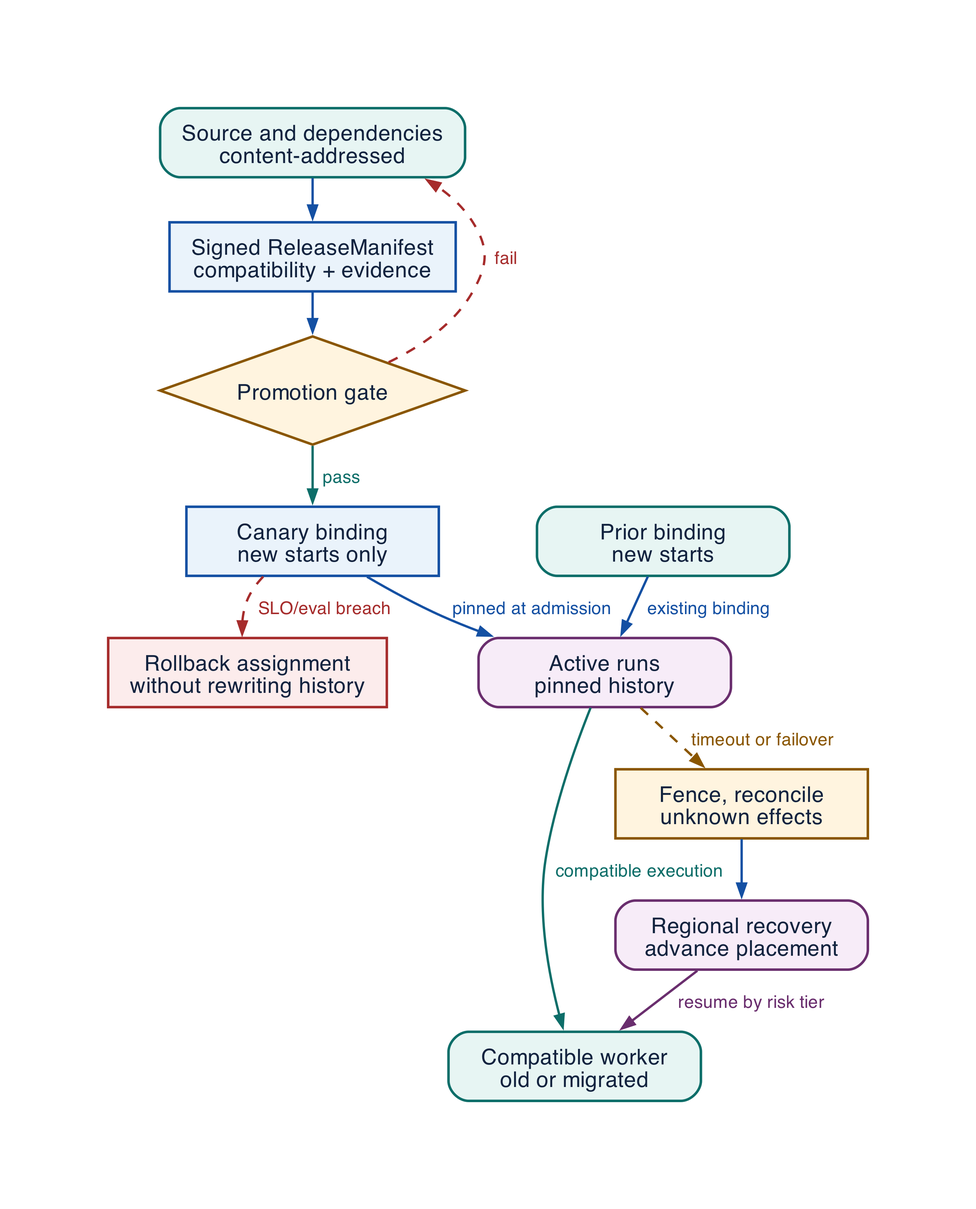
rrahimi-uci/building-enterprise-general-intelligence keeps this Graphviz diagram as assets/diagrams/release-recovery.png. Above is the earlier version. Its source is kept beside it as assets/diagrams/src/release-recovery.gv.
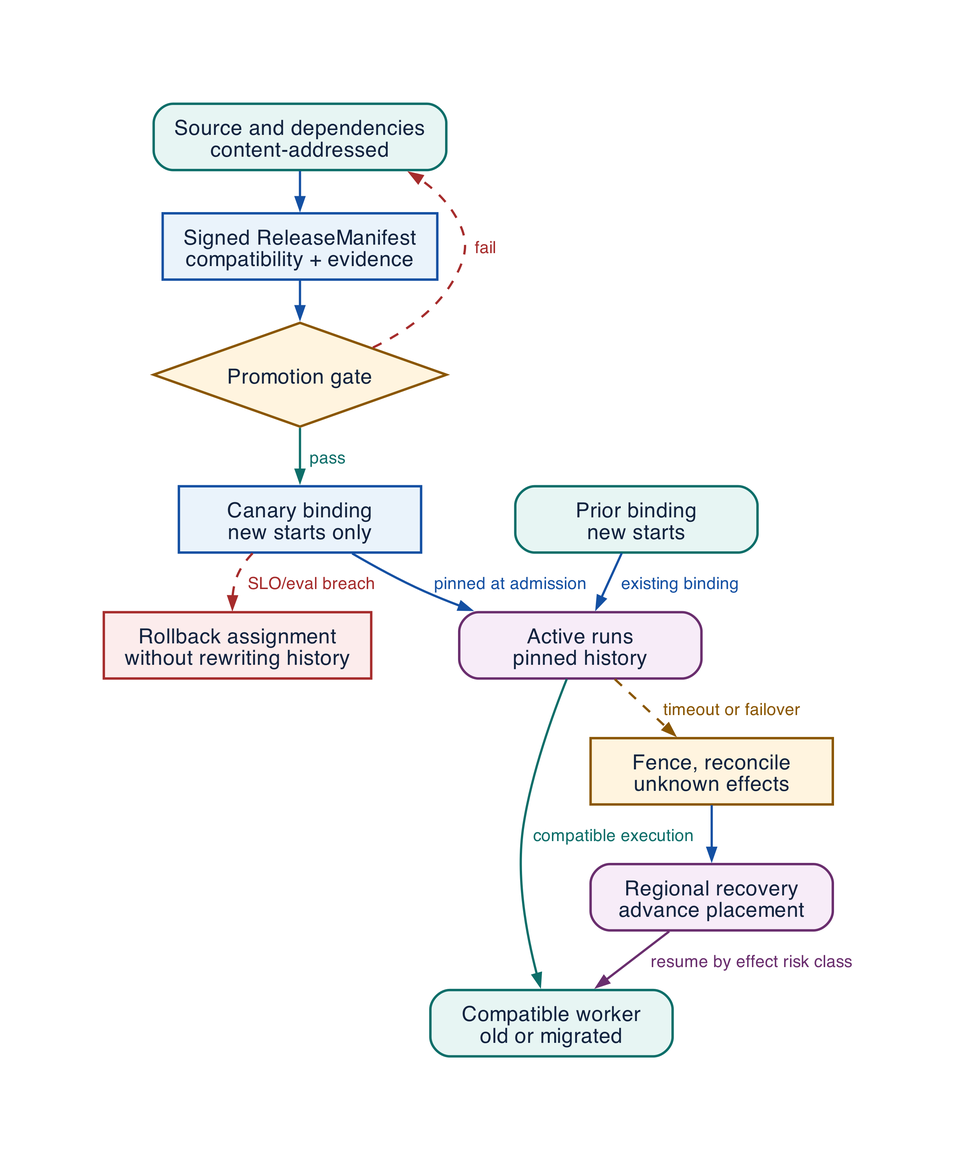
The same file after the commit.

What changed in the source:
```diff
@@ -23,5 +23,5 @@
   canary -> rollback [label="  SLO/eval breach  ", color="#A62C2C", fontcolor="#A62C2C", style=dashed]
   active -> reconcile [label="  timeout or failover  ", color="#8A5600", fontcolor="#8A5600", style=dashed]
   reconcile -> recovery
-  recovery -> worker [label="  resume by risk tier  ", color="#6A2E6E", fontcolor="#6A2E6E"]
+  recovery -> worker [label="  resume by effect risk class  ", color="#6A2E6E", fontcolor="#6A2E6E"]
 }
```
